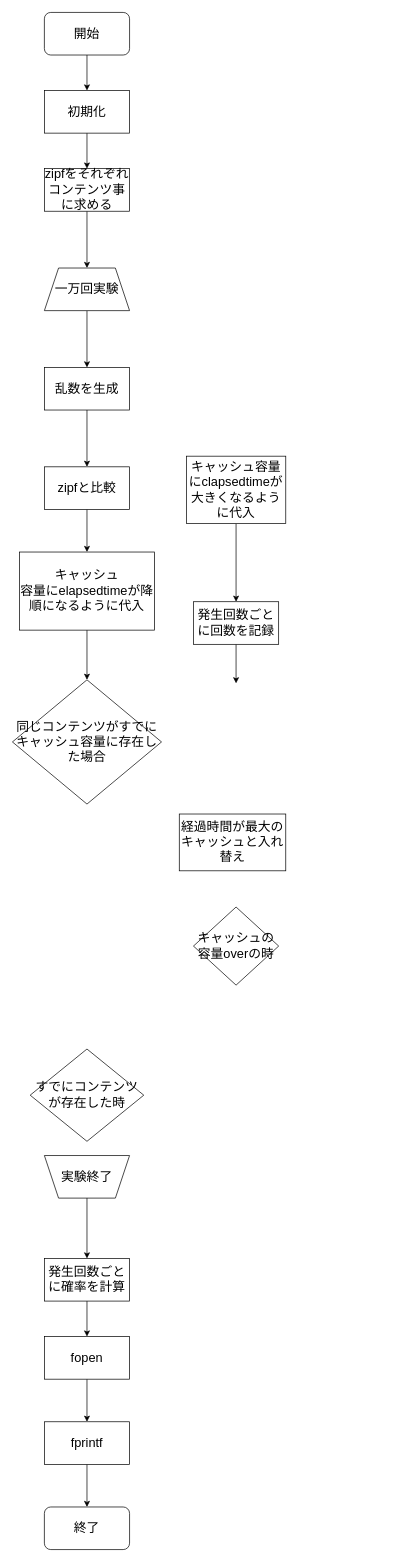
hane0817/3kaiAkiSimulator keeps this draw.io diagram as kadaiS7/LRU.drawio. Above is the earlier version. Source tidied: cells renumbered, new cells numbered last; positions are measured from the earlier drawing's top-left corner, leaving out a move shared by most shapes. Both pictures are drawn from the tidied source at 71%, with x=0, y=0 at pixel (12, 12).
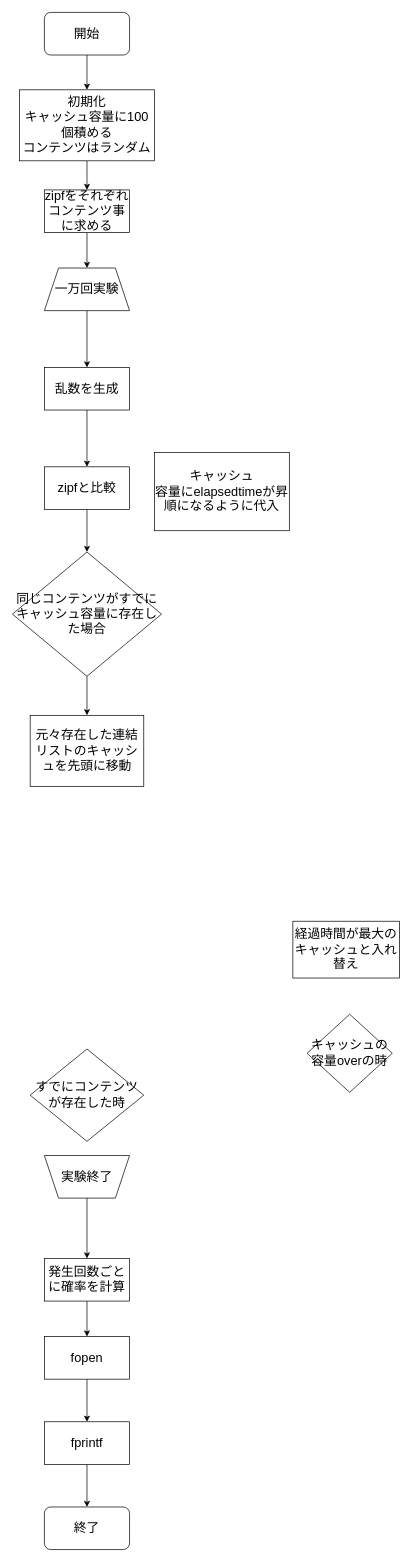
The same page after the edit.

The change refers to these unchanged cells:
```xml
<mxCell id="28" value="zipfと比較" style="whiteSpace=wrap;html=1;fontSize=18;rounded=0;" parent="1" vertex="1">
  <mxGeometry x="45" y="640" width="120" height="60" as="geometry" />
</mxCell>
```

What changed in the source:
```diff
@@
-    <mxCell id="4" style="edgeStyle=none;html=1;exitX=0.5;exitY=1;exitDx=0;exitDy=0;entryX=0.5;entryY=0;entryDx=0;entryDy=0;fontSize=14;" parent="1" edge="1" source="5">
-      <mxGeometry relative="1" as="geometry">
-        <mxPoint x="105" y="220" as="targetPoint" />
-      </mxGeometry>
+    <mxCell id="4" style="edgeStyle=none;html=1;exitX=0.5;exitY=1;exitDx=0;exitDy=0;entryX=0.5;entryY=0;entryDx=0;entryDy=0;fontSize=14;" parent="1" edge="1" source="5" target="7">
+      <mxGeometry relative="1" as="geometry" />
     </mxCell>
-    <mxCell id="5" value="初期化" style="rounded=0;whiteSpace=wrap;html=1;fontSize=18;" parent="1" vertex="1">
-      <mxGeometry x="45" y="110" width="120" height="60" as="geometry" />
+    <mxCell id="5" value="初期化&lt;br&gt;キャッシュ容量に100個積める&lt;br&gt;コンテンツはランダム" style="rounded=0;whiteSpace=wrap;html=1;fontSize=18;" parent="1" vertex="1">
+      <mxGeometry x="10" y="109" width="190" height="100" as="geometry" />
     </mxCell>
@@
     <mxCell id="7" value="zipfをそれぞれコンテンツ事に求める" style="rounded=0;whiteSpace=wrap;html=1;fontSize=18;" parent="1" vertex="1">
-      <mxGeometry x="45" y="220" width="120" height="60" as="geometry" />
+      <mxGeometry x="45" y="250" width="120" height="60" as="geometry" />
     </mxCell>
-    <mxCell id="8" style="edgeStyle=none;html=1;exitX=0.5;exitY=1;exitDx=0;exitDy=0;entryX=0.5;entryY=0;entryDx=0;entryDy=0;" parent="1" edge="1" source="9">
-      <mxGeometry relative="1" as="geometry">
-        <mxPoint x="315" y="945" as="targetPoint" />
-      </mxGeometry>
-    </mxCell>
-    <mxCell id="9" value="発生回数ごとに回数を記録" style="rounded=0;whiteSpace=wrap;html=1;fontSize=18;" parent="1" vertex="1">
-      <mxGeometry x="255" y="830" width="120" height="60" as="geometry" />
-    </mxCell>
     <mxCell id="10" value="キャッシュの容量overの時" style="rhombus;whiteSpace=wrap;html=1;fontSize=18;rounded=0;" parent="1" vertex="1">
-      <mxGeometry x="255" y="1260" width="120" height="110" as="geometry" />
+      <mxGeometry x="415" y="1411" width="120" height="110" as="geometry" />
     </mxCell>
     <mxCell id="11" value="経過時間が最大のキャッシュと入れ替え" style="whiteSpace=wrap;html=1;fontSize=18;rounded=0;" parent="1" vertex="1">
-      <mxGeometry x="235" y="1129" width="150" height="80" as="geometry" />
+      <mxGeometry x="395" y="1280" width="150" height="80" as="geometry" />
     </mxCell>
@@
-    <mxCell id="19" style="edgeStyle=none;html=1;exitX=0.5;exitY=1;exitDx=0;exitDy=0;entryX=0.5;entryY=0;entryDx=0;entryDy=0;" parent="1" edge="1" source="20" target="9">
-      <mxGeometry relative="1" as="geometry" />
-    </mxCell>
-    <mxCell id="20" value="キャッシュ容量にclapsedtimeが大きくなるように代入" style="whiteSpace=wrap;html=1;fontSize=18;rounded=0;" parent="1" vertex="1">
-      <mxGeometry x="245" y="625" width="140" height="95" as="geometry" />
-    </mxCell>
@@
-    <mxCell id="27" style="edgeStyle=none;html=1;" parent="1" edge="1" source="28" target="30">
-      <mxGeometry relative="1" as="geometry" />
+    <mxCell id="27" style="edgeStyle=none;html=1;" parent="1" edge="1" source="28">
+      <mxGeometry relative="1" as="geometry">
+        <mxPoint x="105" y="760" as="targetPoint" />
+      </mxGeometry>
     </mxCell>
@@
-    <mxCell id="29" style="edgeStyle=none;html=1;" parent="1" edge="1" source="30" target="32">
-      <mxGeometry relative="1" as="geometry" />
-    </mxCell>
-    <mxCell id="30" value="キャッシュ&lt;br&gt;容量にelapsedtimeが降順になるように代入" style="whiteSpace=wrap;html=1;fontSize=18;rounded=0;" parent="1" vertex="1">
-      <mxGeometry x="10" y="760" width="190" height="110" as="geometry" />
-    </mxCell>
@@
+    <mxCell id="33" style="edgeStyle=none;html=1;" parent="1" edge="1" source="32" target="35">
+      <mxGeometry relative="1" as="geometry" />
+    </mxCell>
     <mxCell id="32" value="同じコンテンツがすでにキャッシュ容量に存在した場合" style="rhombus;whiteSpace=wrap;html=1;fontSize=18;rounded=0;" parent="1" vertex="1">
-      <mxGeometry y="940" width="210" height="175" as="geometry" />
+      <mxGeometry y="760" width="210" height="175" as="geometry" />
     </mxCell>
+    <mxCell id="34" value="キャッシュ&lt;br&gt;容量にelapsedtimeが昇順になるように代入" style="whiteSpace=wrap;html=1;fontSize=18;rounded=0;" parent="1" vertex="1">
+      <mxGeometry x="200" y="620" width="190" height="110" as="geometry" />
+    </mxCell>
+    <mxCell id="35" value="元々存在した連結リストのキャッシュを先頭に移動" style="whiteSpace=wrap;html=1;fontSize=18;rounded=0;" parent="1" vertex="1">
+      <mxGeometry x="25" y="990" width="160" height="100" as="geometry" />
+    </mxCell>
```
